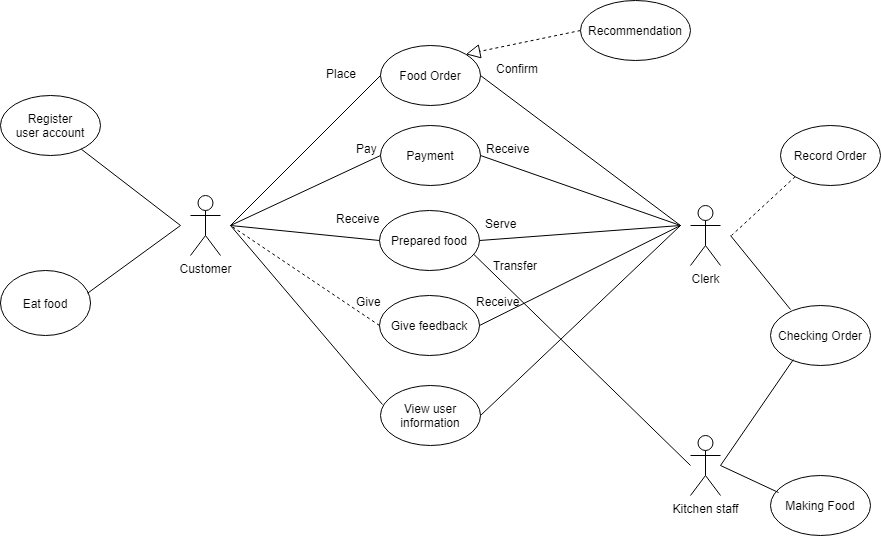
Before: Task1.1.png, a diagram exported from draw.io (DuckyHCMUT/Testing_new). Source tidied: cells renumbered, new cells last; positions are measured from the earlier drawing's top-left corner, leaving out a move shared by most shapes.
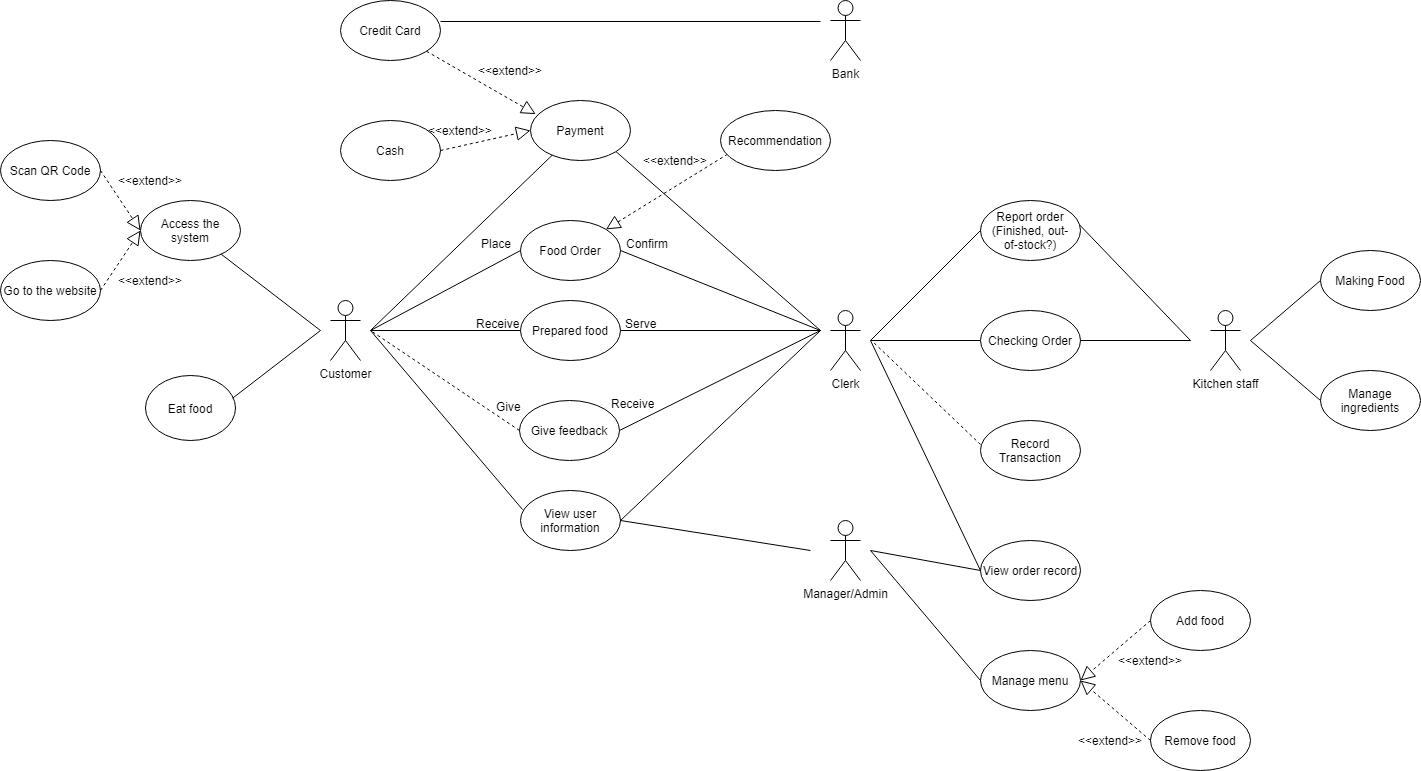
The same diagram one commit later.

The edit, as a diff of the source:
```diff
@@ -5,14 +5,14 @@
     <mxCell id="2" value="Customer&lt;br&gt;" style="shape=umlActor;verticalLabelPosition=bottom;verticalAlign=top;html=1;" parent="1" vertex="1">
       <mxGeometry x="190" y="195" width="30" height="60" as="geometry" />
     </mxCell>
-    <mxCell id="3" value="Register&lt;br&gt;user account" style="ellipse;whiteSpace=wrap;html=1;" parent="1" vertex="1">
+    <mxCell id="3" value="Access the system" style="ellipse;whiteSpace=wrap;html=1;" parent="1" vertex="1">
       <mxGeometry y="95" width="100" height="60" as="geometry" />
     </mxCell>
     <mxCell id="4" value="View user&lt;br&gt;information" style="ellipse;whiteSpace=wrap;html=1;" parent="1" vertex="1">
       <mxGeometry x="380" y="385" width="100" height="60" as="geometry" />
     </mxCell>
     <mxCell id="5" value="Food Order" style="ellipse;whiteSpace=wrap;html=1;" parent="1" vertex="1">
-      <mxGeometry x="380" y="45" width="100" height="60" as="geometry" />
+      <mxGeometry x="380" y="115" width="100" height="60" as="geometry" />
     </mxCell>
     <mxCell id="6" value="Clerk" style="shape=umlActor;verticalLabelPosition=bottom;verticalAlign=top;html=1;" parent="1" vertex="1">
       <mxGeometry x="690" y="205" width="30" height="60" as="geometry" />
@@ -39,20 +39,19 @@
       </mxGeometry>
     </mxCell>
     <mxCell id="11" value="Checking Order" style="ellipse;whiteSpace=wrap;html=1;" parent="1" vertex="1">
-      <mxGeometry x="770" y="305" width="100" height="60" as="geometry" />
+      <mxGeometry x="840" y="205" width="100" height="60" as="geometry" />
     </mxCell>
-    <mxCell id="12" style="endArrow=none;html=1;" parent="1" edge="1">
+    <mxCell id="12" style="endArrow=none;html=1;entryX=0;entryY=0.5;entryDx=0;entryDy=0;" parent="1" edge="1" target="11">
       <mxGeometry relative="1" as="geometry">
         <mxPoint x="730" y="235" as="sourcePoint" />
-        <mxPoint x="790" y="309" as="targetPoint" />
       </mxGeometry>
     </mxCell>
     <mxCell id="13" value="Kitchen staff" style="shape=umlActor;verticalLabelPosition=bottom;verticalAlign=top;html=1;" parent="1" vertex="1">
-      <mxGeometry x="690" y="435" width="30" height="60" as="geometry" />
+      <mxGeometry x="1070" y="205" width="30" height="60" as="geometry" />
     </mxCell>
-    <mxCell id="14" style="endArrow=none;html=1;entryX=0.228;entryY=0.902;entryDx=0;entryDy=0;entryPerimeter=0;" parent="1" edge="1" target="11">
+    <mxCell id="14" style="endArrow=none;html=1;exitX=0.976;exitY=0.38;exitDx=0;exitDy=0;exitPerimeter=0;" parent="1" edge="1" source="43">
       <mxGeometry relative="1" as="geometry">
-        <mxPoint x="720" y="465" as="sourcePoint" />
+        <mxPoint x="1050" y="235" as="targetPoint" />
       </mxGeometry>
     </mxCell>
     <mxCell id="15" style="endArrow=none;html=1;exitX=1;exitY=0.5;exitDx=0;exitDy=0;" parent="1" edge="1" source="5">
@@ -61,13 +60,13 @@
       </mxGeometry>
     </mxCell>
     <mxCell id="16" value="Place" style="text;strokeColor=none;fillColor=none;align=left;verticalAlign=top;spacingLeft=4;spacingRight=4;overflow=hidden;" parent="1" vertex="1">
-      <mxGeometry x="320" y="60" width="80" height="30" as="geometry" />
+      <mxGeometry x="335" y="125" width="80" height="30" as="geometry" />
     </mxCell>
     <mxCell id="17" value="Confirm" style="text;strokeColor=none;fillColor=none;align=left;verticalAlign=top;spacingLeft=4;spacingRight=4;overflow=hidden;" parent="1" vertex="1">
-      <mxGeometry x="490" y="55" width="90" height="30" as="geometry" />
+      <mxGeometry x="480" y="125" width="90" height="30" as="geometry" />
     </mxCell>
     <mxCell id="18" value="Prepared food" style="ellipse;whiteSpace=wrap;html=1;" parent="1" vertex="1">
-      <mxGeometry x="379" y="210" width="100" height="60" as="geometry" />
+      <mxGeometry x="380" y="195" width="100" height="60" as="geometry" />
     </mxCell>
     <mxCell id="19" style="endArrow=none;html=1;exitX=1;exitY=0.5;exitDx=0;exitDy=0;" parent="1" edge="1" source="18">
       <mxGeometry relative="1" as="geometry">
@@ -75,7 +74,7 @@
       </mxGeometry>
     </mxCell>
     <mxCell id="20" value="Serve" style="text;strokeColor=none;fillColor=none;align=left;verticalAlign=top;spacingLeft=4;spacingRight=4;overflow=hidden;" parent="1" vertex="1">
-      <mxGeometry x="479" y="210" width="90" height="30" as="geometry" />
+      <mxGeometry x="479" y="205" width="90" height="30" as="geometry" />
     </mxCell>
     <mxCell id="21" style="endArrow=none;html=1;exitX=0;exitY=0.5;exitDx=0;exitDy=0;" parent="1" edge="1" source="18">
       <mxGeometry relative="1" as="geometry">
@@ -85,16 +84,8 @@
     <mxCell id="22" value="Receive" style="text;strokeColor=none;fillColor=none;align=left;verticalAlign=top;spacingLeft=4;spacingRight=4;overflow=hidden;" parent="1" vertex="1">
       <mxGeometry x="330" y="205" width="90" height="30" as="geometry" />
     </mxCell>
-    <mxCell id="23" style="endArrow=none;html=1;exitX=0.944;exitY=0.733;exitDx=0;exitDy=0;exitPerimeter=0;" parent="1" edge="1" source="18">
-      <mxGeometry relative="1" as="geometry">
-        <mxPoint x="690" y="465" as="targetPoint" />
-      </mxGeometry>
-    </mxCell>
-    <mxCell id="24" value="Transfer" style="text;html=1;strokeColor=none;fillColor=none;align=center;verticalAlign=middle;whiteSpace=wrap;rounded=0;" parent="1" vertex="1">
-      <mxGeometry x="490" y="255" width="50" height="20" as="geometry" />
-    </mxCell>
     <mxCell id="25" value="Eat food" style="ellipse;whiteSpace=wrap;html=1;" parent="1" vertex="1">
-      <mxGeometry y="270" width="90" height="65" as="geometry" />
+      <mxGeometry x="5" y="270" width="90" height="65" as="geometry" />
     </mxCell>
     <mxCell id="26" style="endArrow=none;html=1;entryX=0.969;entryY=0.348;entryDx=0;entryDy=0;entryPerimeter=0;" parent="1" edge="1" target="25">
       <mxGeometry relative="1" as="geometry">
@@ -109,58 +100,173 @@
         <mxPoint x="230" y="225" as="targetPoint" />
       </mxGeometry>
     </mxCell>
-    <mxCell id="29" style="endArrow=block;dashed=1;endFill=0;endSize=12;html=1;entryX=1;entryY=0;entryDx=0;entryDy=0;exitX=0;exitY=0.5;exitDx=0;exitDy=0;" parent="1" edge="1" source="30" target="5">
+    <mxCell id="29" style="endArrow=block;dashed=1;endFill=0;endSize=12;html=1;entryX=1;entryY=0;entryDx=0;entryDy=0;exitX=0.065;exitY=0.727;exitDx=0;exitDy=0;exitPerimeter=0;" parent="1" edge="1" source="30" target="5">
       <mxGeometry relative="1" as="geometry" />
     </mxCell>
     <mxCell id="30" value="Recommendation" style="ellipse;whiteSpace=wrap;html=1;" parent="1" vertex="1">
-      <mxGeometry x="580" width="110" height="60" as="geometry" />
+      <mxGeometry x="580" y="5" width="110" height="60" as="geometry" />
     </mxCell>
     <mxCell id="31" value="Payment" style="ellipse;whiteSpace=wrap;html=1;" parent="1" vertex="1">
-      <mxGeometry x="380" y="125" width="100" height="60" as="geometry" />
+      <mxGeometry x="390" y="-5" width="100" height="60" as="geometry" />
     </mxCell>
-    <mxCell id="32" style="endArrow=none;html=1;exitX=0;exitY=0.5;exitDx=0;exitDy=0;" parent="1" edge="1" source="31">
+    <mxCell id="32" style="endArrow=none;html=1;exitX=0.22;exitY=0.907;exitDx=0;exitDy=0;exitPerimeter=0;" parent="1" edge="1" source="31">
       <mxGeometry relative="1" as="geometry">
         <mxPoint x="230" y="225" as="targetPoint" />
       </mxGeometry>
     </mxCell>
-    <mxCell id="33" style="endArrow=none;html=1;exitX=1;exitY=0.5;exitDx=0;exitDy=0;" parent="1" edge="1" source="31">
-      <mxGeometry relative="1" as="geometry">
-        <mxPoint x="680" y="225" as="targetPoint" />
-      </mxGeometry>
-    </mxCell>
-    <mxCell id="34" value="Pay" style="text;strokeColor=none;fillColor=none;align=left;verticalAlign=top;spacingLeft=4;spacingRight=4;overflow=hidden;" parent="1" vertex="1">
-      <mxGeometry x="350" y="135" width="90" height="30" as="geometry" />
-    </mxCell>
-    <mxCell id="35" value="Receive" style="text;strokeColor=none;fillColor=none;align=left;verticalAlign=top;spacingLeft=4;spacingRight=4;overflow=hidden;" parent="1" vertex="1">
-      <mxGeometry x="480" y="135" width="90" height="30" as="geometry" />
-    </mxCell>
     <mxCell id="36" style="endArrow=none;html=1;exitX=1;exitY=0.5;exitDx=0;exitDy=0;" parent="1" edge="1" source="27">
       <mxGeometry relative="1" as="geometry">
         <mxPoint x="680" y="225" as="targetPoint" />
       </mxGeometry>
     </mxCell>
     <mxCell id="37" value="Receive" style="text;strokeColor=none;fillColor=none;align=left;verticalAlign=top;spacingLeft=4;spacingRight=4;overflow=hidden;" parent="1" vertex="1">
-      <mxGeometry x="470" y="287.5" width="90" height="30" as="geometry" />
+      <mxGeometry x="465" y="285" width="90" height="30" as="geometry" />
     </mxCell>
     <mxCell id="38" value="Give" style="text;strokeColor=none;fillColor=none;align=left;verticalAlign=top;spacingLeft=4;spacingRight=4;overflow=hidden;" parent="1" vertex="1">
       <mxGeometry x="350" y="287.5" width="90" height="27.5" as="geometry" />
     </mxCell>
     <mxCell id="39" value="Making Food" style="ellipse;whiteSpace=wrap;html=1;" parent="1" vertex="1">
-      <mxGeometry x="770" y="475" width="100" height="60" as="geometry" />
+      <mxGeometry x="1180" y="145" width="100" height="60" as="geometry" />
     </mxCell>
-    <mxCell id="40" style="endArrow=none;html=1;" parent="1" edge="1">
+    <mxCell id="40" style="endArrow=none;html=1;entryX=0;entryY=0.5;entryDx=0;entryDy=0;" parent="1" edge="1" target="39">
       <mxGeometry relative="1" as="geometry">
-        <mxPoint x="720" y="465" as="sourcePoint" />
-        <mxPoint x="778" y="492" as="targetPoint" />
+        <mxPoint x="1110" y="235" as="sourcePoint" />
       </mxGeometry>
     </mxCell>
-    <mxCell id="41" value="Record Order" style="ellipse;whiteSpace=wrap;html=1;" parent="1" vertex="1">
-      <mxGeometry x="780" y="125" width="100" height="60" as="geometry" />
+    <mxCell id="41" value="Record&lt;br&gt;Transaction" style="ellipse;whiteSpace=wrap;html=1;" parent="1" vertex="1">
+      <mxGeometry x="840" y="315" width="100" height="60" as="geometry" />
     </mxCell>
-    <mxCell id="42" style="endArrow=none;dashed=1;html=1;exitX=0;exitY=1;exitDx=0;exitDy=0;" parent="1" edge="1" source="41">
+    <mxCell id="42" style="endArrow=none;dashed=1;html=1;exitX=0;exitY=0.4;exitDx=0;exitDy=0;exitPerimeter=0;" parent="1" edge="1" source="41">
       <mxGeometry relative="1" as="geometry">
         <mxPoint x="731" y="235" as="targetPoint" />
       </mxGeometry>
     </mxCell>
+    <mxCell id="43" value="Report order&lt;br&gt;(Finished, out-&lt;br&gt;of-stock?)" style="ellipse;whiteSpace=wrap;html=1;" parent="1" vertex="1">
+      <mxGeometry x="840" y="95" width="100" height="60" as="geometry" />
+    </mxCell>
+    <mxCell id="44" style="endArrow=none;html=1;entryX=0;entryY=0.5;entryDx=0;entryDy=0;" parent="1" edge="1" target="43">
+      <mxGeometry relative="1" as="geometry">
+        <mxPoint x="730" y="235" as="sourcePoint" />
+      </mxGeometry>
+    </mxCell>
+    <mxCell id="45" style="endArrow=none;html=1;exitX=1;exitY=0.5;exitDx=0;exitDy=0;" parent="1" edge="1" source="11">
+      <mxGeometry relative="1" as="geometry">
+        <mxPoint x="1050" y="235" as="targetPoint" />
+      </mxGeometry>
+    </mxCell>
+    <mxCell id="46" value="Credit Card" style="ellipse;whiteSpace=wrap;html=1;" parent="1" vertex="1">
+      <mxGeometry x="200" y="-105" width="100" height="60" as="geometry" />
+    </mxCell>
+    <mxCell id="47" value="&amp;lt;&amp;lt;extend&amp;gt;&amp;gt;" style="text;html=1;strokeColor=none;fillColor=none;align=center;verticalAlign=middle;whiteSpace=wrap;rounded=0;" parent="1" vertex="1">
+      <mxGeometry x="515" y="45" width="40" height="20" as="geometry" />
+    </mxCell>
+    <mxCell id="48" value="Cash" style="ellipse;whiteSpace=wrap;html=1;" parent="1" vertex="1">
+      <mxGeometry x="200" y="15" width="100" height="60" as="geometry" />
+    </mxCell>
+    <mxCell id="49" style="endArrow=block;dashed=1;endFill=0;endSize=12;html=1;entryX=0;entryY=0.5;entryDx=0;entryDy=0;exitX=1;exitY=0.5;exitDx=0;exitDy=0;" parent="1" edge="1" source="48" target="31">
+      <mxGeometry relative="1" as="geometry" />
+    </mxCell>
+    <mxCell id="50" style="endArrow=block;dashed=1;endFill=0;endSize=12;html=1;entryX=0.052;entryY=0.227;entryDx=0;entryDy=0;entryPerimeter=0;" parent="1" edge="1" source="46" target="31">
+      <mxGeometry relative="1" as="geometry" />
+    </mxCell>
+    <mxCell id="51" value="&amp;lt;&amp;lt;extend&amp;gt;&amp;gt;" style="text;html=1;strokeColor=none;fillColor=none;align=center;verticalAlign=middle;whiteSpace=wrap;rounded=0;" parent="1" vertex="1">
+      <mxGeometry x="350" y="-45" width="40" height="20" as="geometry" />
+    </mxCell>
+    <mxCell id="52" value="&amp;lt;&amp;lt;extend&amp;gt;&amp;gt;" style="text;html=1;strokeColor=none;fillColor=none;align=center;verticalAlign=middle;whiteSpace=wrap;rounded=0;" parent="1" vertex="1">
+      <mxGeometry x="300" y="15" width="40" height="20" as="geometry" />
+    </mxCell>
+    <mxCell id="53" style="endArrow=none;html=1;exitX=1;exitY=1;exitDx=0;exitDy=0;" parent="1" edge="1" source="31">
+      <mxGeometry relative="1" as="geometry">
+        <mxPoint x="680" y="225" as="targetPoint" />
+      </mxGeometry>
+    </mxCell>
+    <mxCell id="54" value="Manager/Admin" style="shape=umlActor;verticalLabelPosition=bottom;verticalAlign=top;html=1;" parent="1" vertex="1">
+      <mxGeometry x="690" y="415" width="30" height="60" as="geometry" />
+    </mxCell>
+    <mxCell id="55" style="endArrow=none;html=1;exitX=1;exitY=0.5;exitDx=0;exitDy=0;" parent="1" edge="1" source="4">
+      <mxGeometry relative="1" as="geometry">
+        <mxPoint x="670" y="445" as="targetPoint" />
+      </mxGeometry>
+    </mxCell>
+    <mxCell id="56" value="View order record" style="ellipse;whiteSpace=wrap;html=1;" parent="1" vertex="1">
+      <mxGeometry x="840" y="435" width="100" height="60" as="geometry" />
+    </mxCell>
+    <mxCell id="57" style="endArrow=none;html=1;exitX=0;exitY=0.5;exitDx=0;exitDy=0;" parent="1" edge="1" source="56">
+      <mxGeometry relative="1" as="geometry">
+        <mxPoint x="730" y="445" as="targetPoint" />
+      </mxGeometry>
+    </mxCell>
+    <mxCell id="58" style="endArrow=none;html=1;exitX=0;exitY=0.5;exitDx=0;exitDy=0;" parent="1" edge="1" source="56">
+      <mxGeometry relative="1" as="geometry">
+        <mxPoint x="730" y="235" as="targetPoint" />
+      </mxGeometry>
+    </mxCell>
+    <mxCell id="59" value="Manage menu" style="ellipse;whiteSpace=wrap;html=1;" parent="1" vertex="1">
+      <mxGeometry x="840" y="545" width="100" height="60" as="geometry" />
+    </mxCell>
+    <mxCell id="60" style="endArrow=none;html=1;exitX=0;exitY=0.5;exitDx=0;exitDy=0;" parent="1" edge="1" source="59">
+      <mxGeometry relative="1" as="geometry">
+        <mxPoint x="730" y="445" as="targetPoint" />
+      </mxGeometry>
+    </mxCell>
+    <mxCell id="61" value="Scan QR Code" style="ellipse;whiteSpace=wrap;html=1;" parent="1" vertex="1">
+      <mxGeometry x="-140" y="35" width="100" height="60" as="geometry" />
+    </mxCell>
+    <mxCell id="62" value="Go to the website" style="ellipse;whiteSpace=wrap;html=1;" parent="1" vertex="1">
+      <mxGeometry x="-140" y="155" width="100" height="60" as="geometry" />
+    </mxCell>
+    <mxCell id="63" style="endArrow=block;dashed=1;endFill=0;endSize=12;html=1;entryX=0;entryY=0.5;entryDx=0;entryDy=0;" parent="1" edge="1" target="3">
+      <mxGeometry relative="1" as="geometry">
+        <mxPoint x="-40" y="65" as="sourcePoint" />
+      </mxGeometry>
+    </mxCell>
+    <mxCell id="64" style="endArrow=block;dashed=1;endFill=0;endSize=12;html=1;exitX=1;exitY=0.5;exitDx=0;exitDy=0;" parent="1" edge="1" source="62">
+      <mxGeometry relative="1" as="geometry">
+        <mxPoint y="125" as="targetPoint" />
+      </mxGeometry>
+    </mxCell>
+    <mxCell id="65" value="&amp;lt;&amp;lt;extend&amp;gt;&amp;gt;" style="text;html=1;strokeColor=none;fillColor=none;align=center;verticalAlign=middle;whiteSpace=wrap;rounded=0;" parent="1" vertex="1">
+      <mxGeometry x="-10" y="65" width="40" height="20" as="geometry" />
+    </mxCell>
+    <mxCell id="66" value="&amp;lt;&amp;lt;extend&amp;gt;&amp;gt;" style="text;html=1;strokeColor=none;fillColor=none;align=center;verticalAlign=middle;whiteSpace=wrap;rounded=0;" parent="1" vertex="1">
+      <mxGeometry x="-10" y="165" width="40" height="20" as="geometry" />
+    </mxCell>
+    <mxCell id="67" value="Manage ingredients" style="ellipse;whiteSpace=wrap;html=1;" parent="1" vertex="1">
+      <mxGeometry x="1180" y="265" width="100" height="60" as="geometry" />
+    </mxCell>
+    <mxCell id="68" style="endArrow=none;html=1;entryX=0;entryY=0.5;entryDx=0;entryDy=0;" parent="1" edge="1" target="67">
+      <mxGeometry relative="1" as="geometry">
+        <mxPoint x="1110" y="235" as="sourcePoint" />
+      </mxGeometry>
+    </mxCell>
+    <mxCell id="69" value="Bank" style="shape=umlActor;verticalLabelPosition=bottom;verticalAlign=top;html=1;" parent="1" vertex="1">
+      <mxGeometry x="690" y="-105" width="30" height="60" as="geometry" />
+    </mxCell>
+    <mxCell id="70" style="endArrow=none;html=1;" parent="1" edge="1">
+      <mxGeometry relative="1" as="geometry">
+        <mxPoint x="680" y="-84" as="sourcePoint" />
+        <mxPoint x="300" y="-84" as="targetPoint" />
+      </mxGeometry>
+    </mxCell>
+    <mxCell id="71" value="Add food" style="ellipse;whiteSpace=wrap;html=1;" parent="1" vertex="1">
+      <mxGeometry x="1010" y="485" width="100" height="60" as="geometry" />
+    </mxCell>
+    <mxCell id="72" value="Remove food" style="ellipse;whiteSpace=wrap;html=1;" parent="1" vertex="1">
+      <mxGeometry x="1010" y="605" width="100" height="60" as="geometry" />
+    </mxCell>
+    <mxCell id="73" style="endArrow=block;dashed=1;endFill=0;endSize=12;html=1;entryX=1;entryY=0.5;entryDx=0;entryDy=0;exitX=0;exitY=0.5;exitDx=0;exitDy=0;" parent="1" edge="1" source="71" target="59">
+      <mxGeometry relative="1" as="geometry" />
+    </mxCell>
+    <mxCell id="74" style="endArrow=block;dashed=1;endFill=0;endSize=12;html=1;exitX=0;exitY=0.5;exitDx=0;exitDy=0;" parent="1" edge="1" source="72">
+      <mxGeometry relative="1" as="geometry">
+        <mxPoint x="940" y="575" as="targetPoint" />
+      </mxGeometry>
+    </mxCell>
+    <mxCell id="75" value="&amp;lt;&amp;lt;extend&amp;gt;&amp;gt;" style="text;html=1;strokeColor=none;fillColor=none;align=center;verticalAlign=middle;whiteSpace=wrap;rounded=0;" parent="1" vertex="1">
+      <mxGeometry x="990" y="545" width="40" height="20" as="geometry" />
+    </mxCell>
+    <mxCell id="76" value="&amp;lt;&amp;lt;extend&amp;gt;&amp;gt;" style="text;html=1;strokeColor=none;fillColor=none;align=center;verticalAlign=middle;whiteSpace=wrap;rounded=0;" parent="1" vertex="1">
+      <mxGeometry x="950" y="625" width="40" height="20" as="geometry" />
+    </mxCell>
   </root>
 </mxGraphModel>
```
